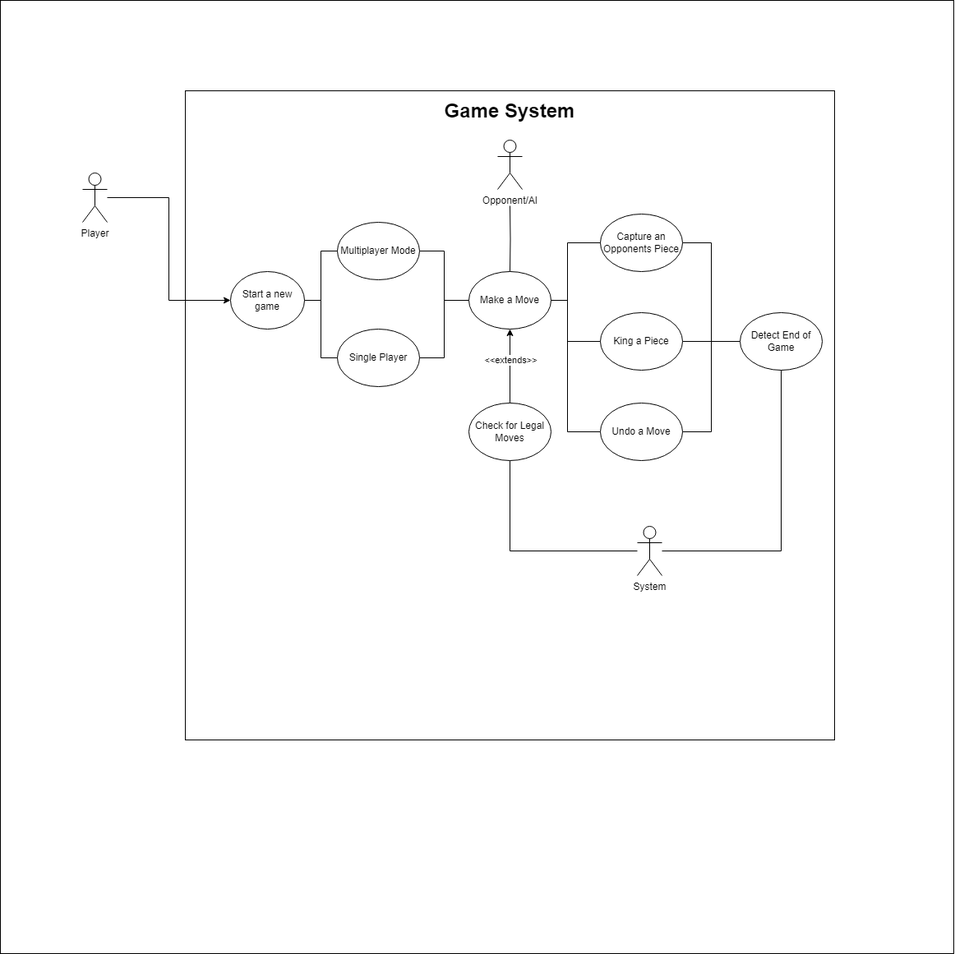
Above: docs/diagrams/use_case_diagram.png in marinara782/OMG-Multiplayer-Project (draw.io), before the change. Source tidied: cells renumbered, new cells last; positions are measured from the earlier drawing's top-left corner, leaving out a move shared by most shapes. Source of this version:
```xml
<mxGraphModel>
  <root>
    <mxCell id="0" />
    <mxCell id="1" parent="0" />
    <mxCell id="2" style="whiteSpace=wrap;html=1;" parent="1" vertex="1">
      <mxGeometry width="1160" height="1160" as="geometry" />
    </mxCell>
    <mxCell id="3" value="&lt;div&gt;Player&lt;/div&gt;" style="shape=umlActor;verticalLabelPosition=bottom;verticalAlign=top;html=1;outlineConnect=0;" parent="1" vertex="1">
      <mxGeometry x="100" y="210" width="30" height="60" as="geometry" />
    </mxCell>
    <mxCell id="4" value="&lt;h1 style=&quot;padding-top: 0px; margin-top: 16.08px;&quot;&gt;&lt;br&gt;&lt;/h1&gt;" style="whiteSpace=wrap;html=1;align=center;horizontal=1;" parent="1" vertex="1">
      <mxGeometry x="225" y="110" width="790" height="790" as="geometry" />
    </mxCell>
    <mxCell id="5" style="edgeStyle=orthogonalEdgeStyle;rounded=0;jettySize=auto;html=1;endArrow=none;startFill=0;" parent="1" edge="1" target="25">
      <mxGeometry relative="1" as="geometry">
        <mxPoint x="620" y="250" as="sourcePoint" />
      </mxGeometry>
    </mxCell>
    <mxCell id="6" value="&lt;div&gt;Opponent/AI&lt;/div&gt;&lt;div&gt;&lt;br&gt;&lt;/div&gt;" style="shape=umlActor;verticalLabelPosition=bottom;verticalAlign=top;html=1;outlineConnect=0;" parent="1" vertex="1">
      <mxGeometry x="605" y="170" width="30" height="60" as="geometry" />
    </mxCell>
    <mxCell id="7" style="edgeStyle=orthogonalEdgeStyle;rounded=0;jettySize=auto;html=1;entryX=0.5;entryY=1;entryDx=0;entryDy=0;endArrow=none;startFill=0;" parent="1" edge="1" source="9" target="28">
      <mxGeometry relative="1" as="geometry" />
    </mxCell>
    <mxCell id="8" style="edgeStyle=orthogonalEdgeStyle;rounded=0;jettySize=auto;html=1;entryX=0.5;entryY=1;entryDx=0;entryDy=0;endArrow=none;startFill=0;" parent="1" edge="1" source="9" target="31">
      <mxGeometry relative="1" as="geometry" />
    </mxCell>
    <mxCell id="9" value="System&lt;div&gt;&lt;br&gt;&lt;/div&gt;" style="shape=umlActor;verticalLabelPosition=bottom;verticalAlign=top;html=1;outlineConnect=0;" parent="1" vertex="1">
      <mxGeometry x="775" y="640" width="30" height="60" as="geometry" />
    </mxCell>
    <mxCell id="10" value="&lt;b&gt;&lt;font style=&quot;font-size: 24px;&quot;&gt;Game System&lt;/font&gt;&lt;/b&gt;" style="text;html=1;align=center;verticalAlign=middle;whiteSpace=wrap;rounded=0;" parent="1" vertex="1">
      <mxGeometry x="435" y="120" width="370" height="30" as="geometry" />
    </mxCell>
    <mxCell id="11" style="edgeStyle=orthogonalEdgeStyle;rounded=0;jettySize=auto;html=1;entryX=0;entryY=0.5;entryDx=0;entryDy=0;endArrow=none;startFill=0;" parent="1" edge="1" source="12" target="25">
      <mxGeometry relative="1" as="geometry" />
    </mxCell>
    <mxCell id="12" value="Multiplayer Mode" style="ellipse;whiteSpace=wrap;html=1;" parent="1" vertex="1">
      <mxGeometry x="410" y="270" width="100" height="70" as="geometry" />
    </mxCell>
    <mxCell id="13" style="edgeStyle=orthogonalEdgeStyle;rounded=0;jettySize=auto;html=1;endArrow=none;startFill=0;" parent="1" edge="1" source="14" target="25">
      <mxGeometry relative="1" as="geometry" />
    </mxCell>
    <mxCell id="14" value="Single Player" style="ellipse;whiteSpace=wrap;html=1;" parent="1" vertex="1">
      <mxGeometry x="410" y="400" width="100" height="70" as="geometry" />
    </mxCell>
    <mxCell id="15" style="edgeStyle=orthogonalEdgeStyle;rounded=0;jettySize=auto;html=1;entryX=0;entryY=0.5;entryDx=0;entryDy=0;strokeColor=default;curved=0;endArrow=none;startFill=0;" parent="1" edge="1" source="17" target="14">
      <mxGeometry relative="1" as="geometry" />
    </mxCell>
    <mxCell id="16" style="edgeStyle=orthogonalEdgeStyle;rounded=0;jettySize=auto;html=1;entryX=0;entryY=0.5;entryDx=0;entryDy=0;endArrow=none;startFill=0;" parent="1" edge="1" source="17" target="12">
      <mxGeometry relative="1" as="geometry" />
    </mxCell>
    <mxCell id="17" value="Start a new game" style="ellipse;whiteSpace=wrap;html=1;" parent="1" vertex="1">
      <mxGeometry x="280" y="330" width="90" height="70" as="geometry" />
    </mxCell>
    <mxCell id="18" style="edgeStyle=orthogonalEdgeStyle;rounded=0;jettySize=auto;html=1;entryX=0;entryY=0.5;entryDx=0;entryDy=0;endArrow=none;startFill=0;" parent="1" edge="1" source="19" target="31">
      <mxGeometry relative="1" as="geometry" />
    </mxCell>
    <mxCell id="19" value="Capture an Opponents Piece" style="ellipse;whiteSpace=wrap;html=1;" parent="1" vertex="1">
      <mxGeometry x="730" y="260" width="100" height="70" as="geometry" />
    </mxCell>
    <mxCell id="20" style="edgeStyle=orthogonalEdgeStyle;rounded=0;jettySize=auto;html=1;endArrow=none;startFill=0;" parent="1" edge="1" source="21">
      <mxGeometry relative="1" as="geometry">
        <mxPoint x="900" y="415" as="targetPoint" />
      </mxGeometry>
    </mxCell>
    <mxCell id="21" value="King a Piece" style="ellipse;whiteSpace=wrap;html=1;" parent="1" vertex="1">
      <mxGeometry x="730" y="380" width="100" height="70" as="geometry" />
    </mxCell>
    <mxCell id="22" style="edgeStyle=orthogonalEdgeStyle;rounded=0;jettySize=auto;html=1;entryX=0;entryY=0.5;entryDx=0;entryDy=0;endArrow=none;startFill=0;" parent="1" edge="1" source="25" target="19">
      <mxGeometry relative="1" as="geometry">
        <Array as="points">
          <mxPoint x="690" y="365" />
        </Array>
      </mxGeometry>
    </mxCell>
    <mxCell id="23" style="edgeStyle=orthogonalEdgeStyle;rounded=0;jettySize=auto;html=1;entryX=0;entryY=0.5;entryDx=0;entryDy=0;endArrow=none;startFill=0;" parent="1" edge="1" source="25" target="21">
      <mxGeometry relative="1" as="geometry">
        <Array as="points">
          <mxPoint x="690" y="365" />
        </Array>
      </mxGeometry>
    </mxCell>
    <mxCell id="24" style="edgeStyle=orthogonalEdgeStyle;rounded=0;jettySize=auto;html=1;entryX=0;entryY=0.5;entryDx=0;entryDy=0;endArrow=none;startFill=0;" parent="1" edge="1" source="25" target="30">
      <mxGeometry relative="1" as="geometry">
        <Array as="points">
          <mxPoint x="690" y="365" />
          <mxPoint x="690" y="525" />
        </Array>
      </mxGeometry>
    </mxCell>
    <mxCell id="25" value="Make a Move" style="ellipse;whiteSpace=wrap;html=1;" parent="1" vertex="1">
      <mxGeometry x="570" y="330" width="100" height="70" as="geometry" />
    </mxCell>
    <mxCell id="26" style="edgeStyle=orthogonalEdgeStyle;rounded=0;jettySize=auto;html=1;" parent="1" edge="1" source="28" target="25">
      <mxGeometry relative="1" as="geometry" />
    </mxCell>
    <mxCell id="27" value="&amp;lt;&amp;lt;extends&amp;gt;&amp;gt;" style="edgeLabel;html=1;align=center;verticalAlign=middle;" parent="26" vertex="1">
      <mxGeometry x="0.2" relative="1" as="geometry" />
    </mxCell>
    <mxCell id="28" value="Check for Legal Moves" style="ellipse;whiteSpace=wrap;html=1;" parent="1" vertex="1">
      <mxGeometry x="570" y="490" width="100" height="70" as="geometry" />
    </mxCell>
    <mxCell id="29" style="edgeStyle=orthogonalEdgeStyle;rounded=0;jettySize=auto;html=1;entryX=0;entryY=0.5;entryDx=0;entryDy=0;endArrow=none;startFill=0;" parent="1" edge="1" source="30" target="31">
      <mxGeometry relative="1" as="geometry" />
    </mxCell>
    <mxCell id="30" value="Undo a Move" style="ellipse;whiteSpace=wrap;html=1;" parent="1" vertex="1">
      <mxGeometry x="730" y="490" width="100" height="70" as="geometry" />
    </mxCell>
    <mxCell id="31" value="Detect End of Game" style="ellipse;whiteSpace=wrap;html=1;" parent="1" vertex="1">
      <mxGeometry x="900" y="380" width="100" height="70" as="geometry" />
    </mxCell>
    <mxCell id="32" style="edgeStyle=orthogonalEdgeStyle;rounded=0;jettySize=auto;html=1;entryX=0;entryY=0.5;entryDx=0;entryDy=0;" parent="1" edge="1" source="3" target="17">
      <mxGeometry relative="1" as="geometry">
        <Array as="points">
          <mxPoint x="205" y="240" />
          <mxPoint x="205" y="365" />
        </Array>
      </mxGeometry>
    </mxCell>
  </root>
</mxGraphModel>
```
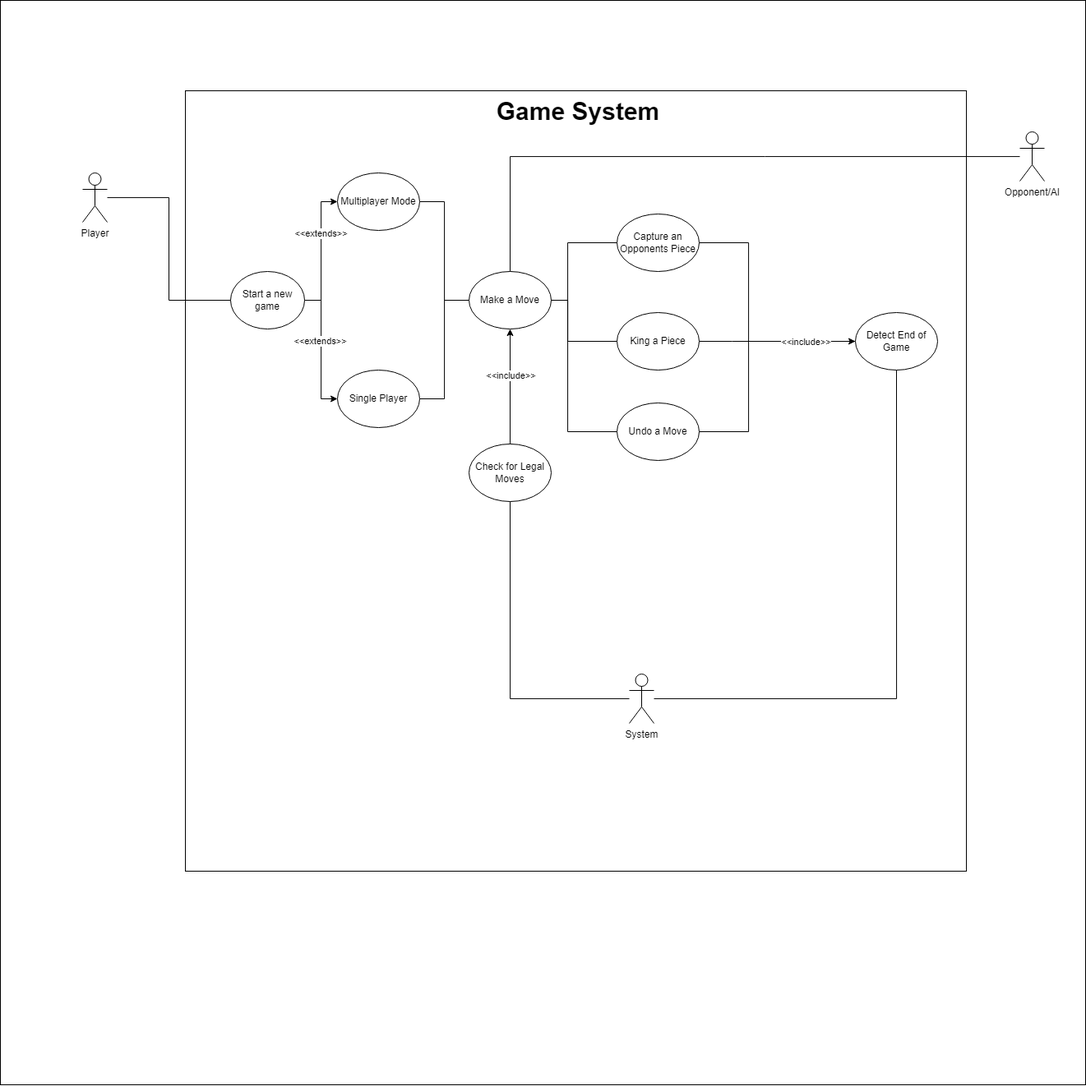
After the change.

Commit message:
Added extra includes and extends where necessary

What changed in the source:
```diff
@@ -3,21 +3,19 @@
     <mxCell id="0" />
     <mxCell id="1" parent="0" />
     <mxCell id="2" style="whiteSpace=wrap;html=1;" parent="1" vertex="1">
-      <mxGeometry width="1160" height="1160" as="geometry" />
+      <mxGeometry width="1320" height="1320" as="geometry" />
     </mxCell>
     <mxCell id="3" value="&lt;div&gt;Player&lt;/div&gt;" style="shape=umlActor;verticalLabelPosition=bottom;verticalAlign=top;html=1;outlineConnect=0;" parent="1" vertex="1">
       <mxGeometry x="100" y="210" width="30" height="60" as="geometry" />
     </mxCell>
     <mxCell id="4" value="&lt;h1 style=&quot;padding-top: 0px; margin-top: 16.08px;&quot;&gt;&lt;br&gt;&lt;/h1&gt;" style="whiteSpace=wrap;html=1;align=center;horizontal=1;" parent="1" vertex="1">
-      <mxGeometry x="225" y="110" width="790" height="790" as="geometry" />
+      <mxGeometry x="225" y="110" width="950" height="950" as="geometry" />
     </mxCell>
-    <mxCell id="5" style="edgeStyle=orthogonalEdgeStyle;rounded=0;jettySize=auto;html=1;endArrow=none;startFill=0;" parent="1" edge="1" target="25">
-      <mxGeometry relative="1" as="geometry">
-        <mxPoint x="620" y="250" as="sourcePoint" />
-      </mxGeometry>
+    <mxCell id="5" style="edgeStyle=orthogonalEdgeStyle;rounded=0;jettySize=auto;html=1;endArrow=none;startFill=0;" parent="1" edge="1" source="6" target="25">
+      <mxGeometry relative="1" as="geometry" />
     </mxCell>
     <mxCell id="6" value="&lt;div&gt;Opponent/AI&lt;/div&gt;&lt;div&gt;&lt;br&gt;&lt;/div&gt;" style="shape=umlActor;verticalLabelPosition=bottom;verticalAlign=top;html=1;outlineConnect=0;" parent="1" vertex="1">
-      <mxGeometry x="605" y="170" width="30" height="60" as="geometry" />
+      <mxGeometry x="1240" y="160" width="30" height="60" as="geometry" />
     </mxCell>
     <mxCell id="7" style="edgeStyle=orthogonalEdgeStyle;rounded=0;jettySize=auto;html=1;entryX=0.5;entryY=1;entryDx=0;entryDy=0;endArrow=none;startFill=0;" parent="1" edge="1" source="9" target="28">
       <mxGeometry relative="1" as="geometry" />
@@ -26,45 +24,61 @@
       <mxGeometry relative="1" as="geometry" />
     </mxCell>
     <mxCell id="9" value="System&lt;div&gt;&lt;br&gt;&lt;/div&gt;" style="shape=umlActor;verticalLabelPosition=bottom;verticalAlign=top;html=1;outlineConnect=0;" parent="1" vertex="1">
-      <mxGeometry x="775" y="640" width="30" height="60" as="geometry" />
+      <mxGeometry x="765" y="820" width="30" height="60" as="geometry" />
     </mxCell>
-    <mxCell id="10" value="&lt;b&gt;&lt;font style=&quot;font-size: 24px;&quot;&gt;Game System&lt;/font&gt;&lt;/b&gt;" style="text;html=1;align=center;verticalAlign=middle;whiteSpace=wrap;rounded=0;" parent="1" vertex="1">
-      <mxGeometry x="435" y="120" width="370" height="30" as="geometry" />
+    <mxCell id="10" value="&lt;b&gt;&lt;font style=&quot;font-size: 30px;&quot;&gt;Game System&lt;/font&gt;&lt;/b&gt;" style="text;html=1;align=center;verticalAlign=middle;whiteSpace=wrap;rounded=0;" parent="1" vertex="1">
+      <mxGeometry x="517.5" y="120" width="370" height="30" as="geometry" />
     </mxCell>
     <mxCell id="11" style="edgeStyle=orthogonalEdgeStyle;rounded=0;jettySize=auto;html=1;entryX=0;entryY=0.5;entryDx=0;entryDy=0;endArrow=none;startFill=0;" parent="1" edge="1" source="12" target="25">
       <mxGeometry relative="1" as="geometry" />
     </mxCell>
     <mxCell id="12" value="Multiplayer Mode" style="ellipse;whiteSpace=wrap;html=1;" parent="1" vertex="1">
-      <mxGeometry x="410" y="270" width="100" height="70" as="geometry" />
+      <mxGeometry x="410" y="210" width="100" height="70" as="geometry" />
     </mxCell>
     <mxCell id="13" style="edgeStyle=orthogonalEdgeStyle;rounded=0;jettySize=auto;html=1;endArrow=none;startFill=0;" parent="1" edge="1" source="14" target="25">
-      <mxGeometry relative="1" as="geometry" />
+      <mxGeometry relative="1" as="geometry">
+        <Array as="points">
+          <mxPoint x="540" y="485" />
+          <mxPoint x="540" y="365" />
+        </Array>
+      </mxGeometry>
     </mxCell>
     <mxCell id="14" value="Single Player" style="ellipse;whiteSpace=wrap;html=1;" parent="1" vertex="1">
-      <mxGeometry x="410" y="400" width="100" height="70" as="geometry" />
+      <mxGeometry x="410" y="450" width="100" height="70" as="geometry" />
     </mxCell>
-    <mxCell id="15" style="edgeStyle=orthogonalEdgeStyle;rounded=0;jettySize=auto;html=1;entryX=0;entryY=0.5;entryDx=0;entryDy=0;strokeColor=default;curved=0;endArrow=none;startFill=0;" parent="1" edge="1" source="17" target="14">
+    <mxCell id="15" style="edgeStyle=orthogonalEdgeStyle;rounded=0;jettySize=auto;html=1;entryX=0;entryY=0.5;entryDx=0;entryDy=0;strokeColor=default;curved=0;endArrow=classic;startFill=0;endFill=1;" parent="1" edge="1" source="17" target="14">
       <mxGeometry relative="1" as="geometry" />
     </mxCell>
+    <mxCell id="33" value="&amp;lt;&amp;lt;extends&amp;gt;&amp;gt;" style="edgeLabel;html=1;align=center;verticalAlign=middle;" parent="15" vertex="1">
+      <mxGeometry x="-0.15" y="-2" relative="1" as="geometry" />
+    </mxCell>
-    <mxCell id="16" style="edgeStyle=orthogonalEdgeStyle;rounded=0;jettySize=auto;html=1;entryX=0;entryY=0.5;entryDx=0;entryDy=0;endArrow=none;startFill=0;" parent="1" edge="1" source="17" target="12">
+    <mxCell id="16" style="edgeStyle=orthogonalEdgeStyle;rounded=0;jettySize=auto;html=1;entryX=0;entryY=0.5;entryDx=0;entryDy=0;endArrow=classic;startFill=0;endFill=1;" parent="1" edge="1" source="17" target="12">
       <mxGeometry relative="1" as="geometry" />
     </mxCell>
+    <mxCell id="34" value="&amp;lt;&amp;lt;extends&amp;gt;&amp;gt;" style="edgeLabel;html=1;align=center;verticalAlign=middle;" parent="16" vertex="1">
+      <mxGeometry x="0.28" y="1" relative="1" as="geometry" />
+    </mxCell>
     <mxCell id="17" value="Start a new game" style="ellipse;whiteSpace=wrap;html=1;" parent="1" vertex="1">
       <mxGeometry x="280" y="330" width="90" height="70" as="geometry" />
     </mxCell>
     <mxCell id="18" style="edgeStyle=orthogonalEdgeStyle;rounded=0;jettySize=auto;html=1;entryX=0;entryY=0.5;entryDx=0;entryDy=0;endArrow=none;startFill=0;" parent="1" edge="1" source="19" target="31">
-      <mxGeometry relative="1" as="geometry" />
+      <mxGeometry relative="1" as="geometry">
+        <Array as="points">
+          <mxPoint x="910" y="295" />
+          <mxPoint x="910" y="415" />
+        </Array>
+      </mxGeometry>
     </mxCell>
     <mxCell id="19" value="Capture an Opponents Piece" style="ellipse;whiteSpace=wrap;html=1;" parent="1" vertex="1">
-      <mxGeometry x="730" y="260" width="100" height="70" as="geometry" />
+      <mxGeometry x="750" y="260" width="100" height="70" as="geometry" />
     </mxCell>
     <mxCell id="20" style="edgeStyle=orthogonalEdgeStyle;rounded=0;jettySize=auto;html=1;endArrow=none;startFill=0;" parent="1" edge="1" source="21">
       <mxGeometry relative="1" as="geometry">
-        <mxPoint x="900" y="415" as="targetPoint" />
+        <mxPoint x="930" y="415" as="targetPoint" />
       </mxGeometry>
     </mxCell>
     <mxCell id="21" value="King a Piece" style="ellipse;whiteSpace=wrap;html=1;" parent="1" vertex="1">
-      <mxGeometry x="730" y="380" width="100" height="70" as="geometry" />
+      <mxGeometry x="750" y="380" width="100" height="70" as="geometry" />
     </mxCell>
     <mxCell id="22" style="edgeStyle=orthogonalEdgeStyle;rounded=0;jettySize=auto;html=1;entryX=0;entryY=0.5;entryDx=0;entryDy=0;endArrow=none;startFill=0;" parent="1" edge="1" source="25" target="19">
       <mxGeometry relative="1" as="geometry">
@@ -91,25 +105,35 @@
     <mxCell id="25" value="Make a Move" style="ellipse;whiteSpace=wrap;html=1;" parent="1" vertex="1">
       <mxGeometry x="570" y="330" width="100" height="70" as="geometry" />
     </mxCell>
-    <mxCell id="26" style="edgeStyle=orthogonalEdgeStyle;rounded=0;jettySize=auto;html=1;" parent="1" edge="1" source="28" target="25">
+    <mxCell id="26" style="edgeStyle=orthogonalEdgeStyle;rounded=0;jettySize=auto;html=1;endArrow=classic;startFill=0;endFill=1;" parent="1" edge="1" source="28" target="25">
       <mxGeometry relative="1" as="geometry" />
     </mxCell>
-    <mxCell id="27" value="&amp;lt;&amp;lt;extends&amp;gt;&amp;gt;" style="edgeLabel;html=1;align=center;verticalAlign=middle;" parent="26" vertex="1">
+    <mxCell id="27" value="&amp;lt;&amp;lt;include&amp;gt;&amp;gt;" style="edgeLabel;html=1;align=center;verticalAlign=middle;" parent="26" vertex="1">
       <mxGeometry x="0.2" relative="1" as="geometry" />
     </mxCell>
     <mxCell id="28" value="Check for Legal Moves" style="ellipse;whiteSpace=wrap;html=1;" parent="1" vertex="1">
-      <mxGeometry x="570" y="490" width="100" height="70" as="geometry" />
+      <mxGeometry x="570" y="540" width="100" height="70" as="geometry" />
     </mxCell>
-    <mxCell id="29" style="edgeStyle=orthogonalEdgeStyle;rounded=0;jettySize=auto;html=1;entryX=0;entryY=0.5;entryDx=0;entryDy=0;endArrow=none;startFill=0;" parent="1" edge="1" source="30" target="31">
-      <mxGeometry relative="1" as="geometry" />
+    <mxCell id="29" style="edgeStyle=orthogonalEdgeStyle;rounded=0;jettySize=auto;html=1;entryX=0;entryY=0.5;entryDx=0;entryDy=0;endArrow=classic;startFill=0;endFill=1;" parent="1" edge="1" source="30" target="31">
+      <mxGeometry relative="1" as="geometry">
+        <Array as="points">
+          <mxPoint x="910" y="525" />
+          <mxPoint x="910" y="415" />
+        </Array>
+      </mxGeometry>
     </mxCell>
+    <mxCell id="35" value="&amp;lt;&amp;lt;include&amp;gt;&amp;gt;" style="edgeLabel;html=1;align=center;verticalAlign=middle;" parent="29" vertex="1">
+      <mxGeometry x="0.71" y="-2" relative="1" as="geometry">
+        <mxPoint x="-17" y="-2" as="offset" />
+      </mxGeometry>
+    </mxCell>
     <mxCell id="30" value="Undo a Move" style="ellipse;whiteSpace=wrap;html=1;" parent="1" vertex="1">
-      <mxGeometry x="730" y="490" width="100" height="70" as="geometry" />
+      <mxGeometry x="750" y="490" width="100" height="70" as="geometry" />
     </mxCell>
     <mxCell id="31" value="Detect End of Game" style="ellipse;whiteSpace=wrap;html=1;" parent="1" vertex="1">
-      <mxGeometry x="900" y="380" width="100" height="70" as="geometry" />
+      <mxGeometry x="1040" y="380" width="100" height="70" as="geometry" />
     </mxCell>
-    <mxCell id="32" style="edgeStyle=orthogonalEdgeStyle;rounded=0;jettySize=auto;html=1;entryX=0;entryY=0.5;entryDx=0;entryDy=0;" parent="1" edge="1" source="3" target="17">
+    <mxCell id="32" style="edgeStyle=orthogonalEdgeStyle;rounded=0;jettySize=auto;html=1;entryX=0;entryY=0.5;entryDx=0;entryDy=0;endArrow=none;startFill=0;" parent="1" edge="1" source="3" target="17">
       <mxGeometry relative="1" as="geometry">
         <Array as="points">
           <mxPoint x="205" y="240" />
```
